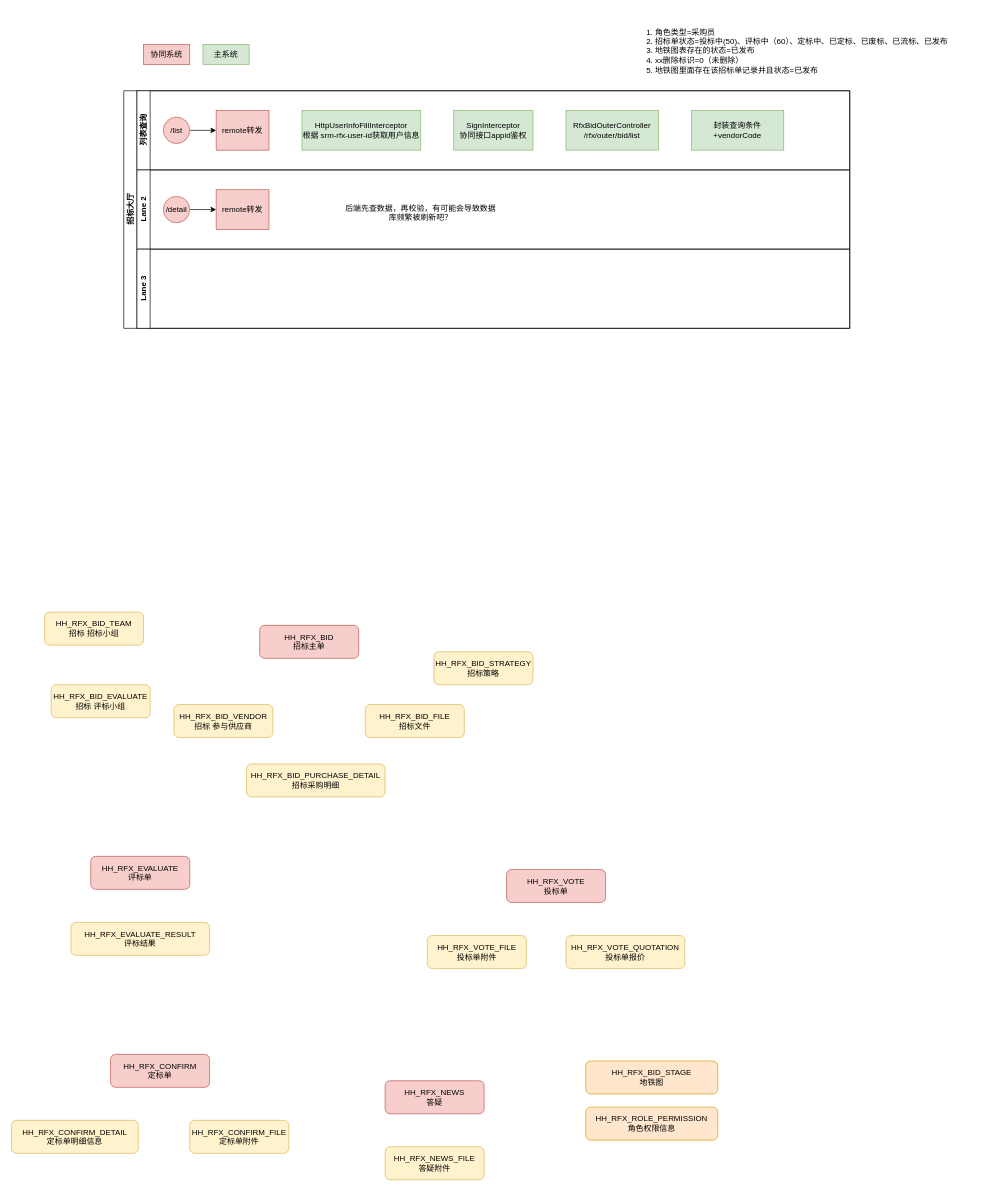
Before: 招投标-协同梳理.drawio in S0Louis/drowio, a draw.io diagram. Source tidied: cells renumbered, new cells numbered last; positions are measured from the earlier drawing's top-left corner, leaving out a move shared by most shapes. Both pictures are drawn from the tidied source at 66%, with x=0, y=0 at pixel (11, 11).
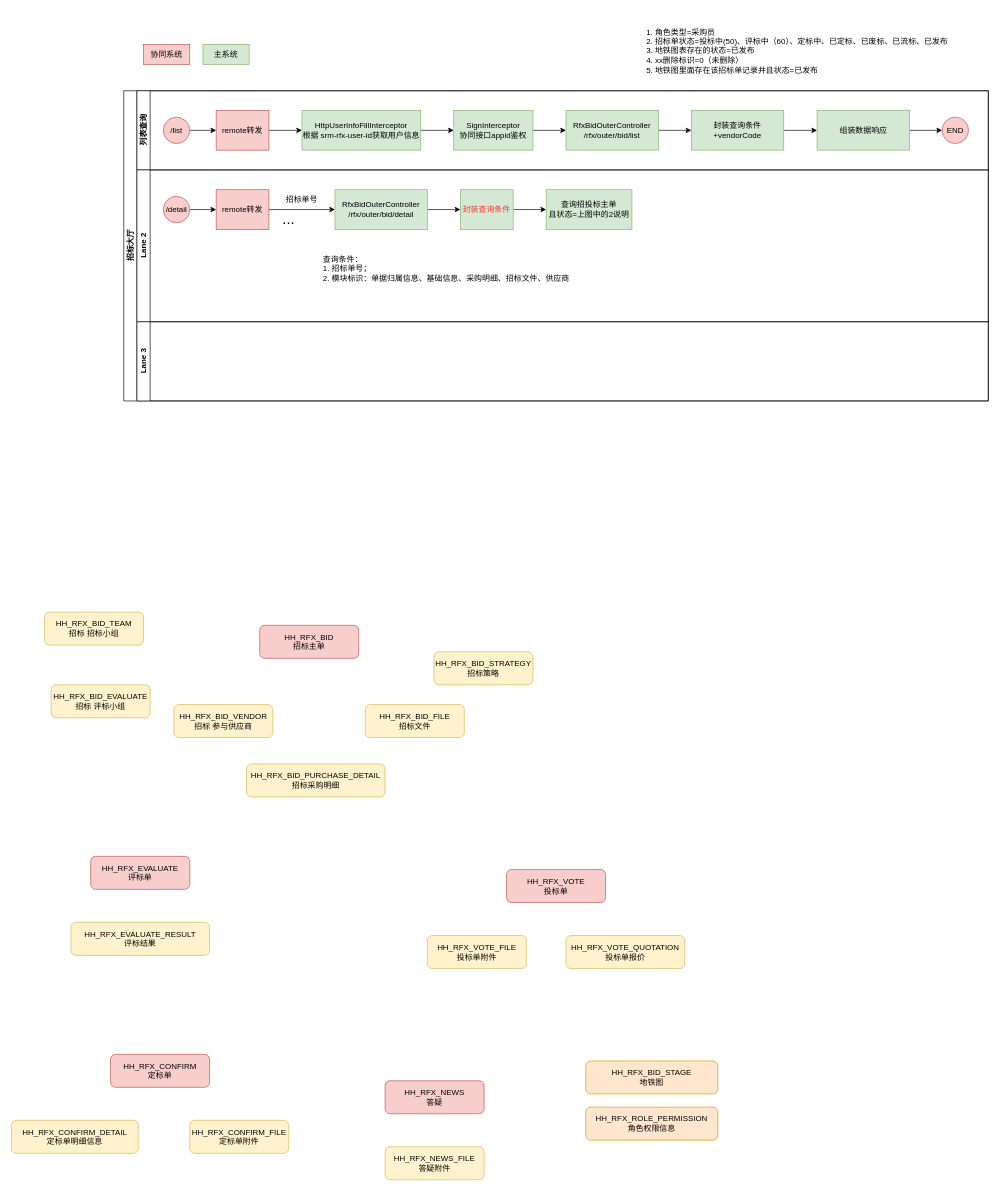
Above is the later version.

Commit message (it also covers changes not shown here):
更新招投标-协同梳理.drawio

Unchanged cells that the change refers to:
```xml
<mxCell id="6" value="remote转发" style="rounded=0;whiteSpace=wrap;html=1;fontFamily=Helvetica;fontSize=12;align=center;fillColor=#f8cecc;strokeColor=#b85450;" parent="3" vertex="1">
  <mxGeometry x="120" y="30" width="80" height="60" as="geometry" />
</mxCell>
<mxCell id="7" value="SignInterceptor&lt;div&gt;协同接口appid鉴权&lt;/div&gt;" style="rounded=0;html=1;fontFamily=Helvetica;fontSize=12;align=center;fillColor=#d5e8d4;strokeColor=#82b366;whiteSpace=wrap;" parent="3" vertex="1">
  <mxGeometry x="480" y="30" width="120" height="60" as="geometry" />
</mxCell>
<mxCell id="8" value="HttpUserInfoFillInterceptor&lt;br&gt;根据 srm-rfx-user-id获取用户信息" style="rounded=0;html=1;fontFamily=Helvetica;fontSize=12;align=center;fillColor=#d5e8d4;strokeColor=#82b366;whiteSpace=wrap;" parent="3" vertex="1">
  <mxGeometry x="250" y="30" width="180" height="60" as="geometry" />
</mxCell>
<mxCell id="9" value="&lt;div&gt;RfxBidOuterController&lt;br&gt;&lt;/div&gt;/rfx/outer&lt;span style=&quot;background-color: initial;&quot;&gt;/bid/list&lt;/span&gt;" style="rounded=0;html=1;fontFamily=Helvetica;fontSize=12;align=center;fillColor=#d5e8d4;strokeColor=#82b366;whiteSpace=wrap;" parent="3" vertex="1">
  <mxGeometry x="650" y="30" width="140" height="60" as="geometry" />
</mxCell>
<mxCell id="10" value="封装查询条件+vendorCode" style="rounded=0;html=1;fontFamily=Helvetica;fontSize=12;align=center;fillColor=#d5e8d4;strokeColor=#82b366;whiteSpace=wrap;" parent="3" vertex="1">
  <mxGeometry x="840" y="30" width="140" height="60" as="geometry" />
</mxCell>
<mxCell id="14" value="remote转发" style="rounded=0;whiteSpace=wrap;html=1;fontFamily=Helvetica;fontSize=12;align=center;fillColor=#f8cecc;strokeColor=#b85450;" parent="11" vertex="1">
  <mxGeometry x="120" y="30" width="80" height="60" as="geometry" />
</mxCell>
```

Change to the diagram source:
```diff
@@
     <mxCell id="2" value="招标大厅" style="swimlane;html=1;horizontal=0;startSize=20;" parent="1" vertex="1">
-      <mxGeometry x="170" y="120" width="1100" height="360" as="geometry" />
+      <mxGeometry x="170" y="120" width="1310" height="470" as="geometry" />
     </mxCell>
     <mxCell id="3" value="列表查询" style="swimlane;html=1;startSize=20;horizontal=0;align=center;" parent="2" vertex="1">
-      <mxGeometry x="20" width="1080" height="120" as="geometry" />
+      <mxGeometry x="20" width="1290" height="120" as="geometry" />
     </mxCell>
@@
+    <mxCell id="39" style="edgeStyle=orthogonalEdgeStyle;rounded=0;jettySize=auto;html=1;" parent="3" edge="1" source="6" target="8">
+      <mxGeometry relative="1" as="geometry" />
+    </mxCell>
@@
+    <mxCell id="40" style="edgeStyle=orthogonalEdgeStyle;rounded=0;jettySize=auto;html=1;" parent="3" edge="1" source="7" target="9">
+      <mxGeometry relative="1" as="geometry" />
+    </mxCell>
@@
+    <mxCell id="41" style="edgeStyle=orthogonalEdgeStyle;rounded=0;jettySize=auto;html=1;" parent="3" edge="1" source="8" target="7">
+      <mxGeometry relative="1" as="geometry" />
+    </mxCell>
@@
+    <mxCell id="42" style="edgeStyle=orthogonalEdgeStyle;rounded=0;jettySize=auto;html=1;" parent="3" edge="1" source="9" target="10">
+      <mxGeometry relative="1" as="geometry" />
+    </mxCell>
@@
+    <mxCell id="43" style="edgeStyle=orthogonalEdgeStyle;rounded=0;jettySize=auto;html=1;" parent="3" edge="1" source="10" target="45">
+      <mxGeometry relative="1" as="geometry" />
+    </mxCell>
@@
+    <mxCell id="44" style="edgeStyle=orthogonalEdgeStyle;rounded=0;jettySize=auto;html=1;" parent="3" edge="1" source="45" target="46">
+      <mxGeometry relative="1" as="geometry" />
+    </mxCell>
+    <mxCell id="45" value="组装数据响应" style="rounded=0;html=1;fontFamily=Helvetica;fontSize=12;align=center;fillColor=#d5e8d4;strokeColor=#82b366;whiteSpace=wrap;" parent="3" vertex="1">
+      <mxGeometry x="1030.5" y="30" width="140" height="60" as="geometry" />
+    </mxCell>
+    <mxCell id="46" value="END" style="ellipse;whiteSpace=wrap;html=1;fillColor=#f8cecc;strokeColor=#b85450;" parent="3" vertex="1">
+      <mxGeometry x="1220" y="40" width="40" height="40" as="geometry" />
+    </mxCell>
     <mxCell id="11" value="Lane 2" style="swimlane;html=1;startSize=20;horizontal=0;" parent="2" vertex="1">
-      <mxGeometry x="20" y="120" width="1080" height="120" as="geometry" />
+      <mxGeometry x="20" y="120" width="1290" height="230" as="geometry" />
     </mxCell>
@@
+    <mxCell id="47" style="edgeStyle=orthogonalEdgeStyle;rounded=0;jettySize=auto;html=1;" parent="11" edge="1" source="14" target="49">
+      <mxGeometry relative="1" as="geometry" />
+    </mxCell>
@@
-    <mxCell id="15" value="后端先查数据，再校验，有可能会导致数据库频繁被刷新吧？" style="text;html=1;align=center;verticalAlign=middle;whiteSpace=wrap;rounded=0;" parent="11" vertex="1">
-      <mxGeometry x="310" y="40" width="240" height="50" as="geometry" />
-    </mxCell>
+    <mxCell id="48" style="edgeStyle=orthogonalEdgeStyle;rounded=0;jettySize=auto;html=1;" parent="11" edge="1" source="49" target="53">
+      <mxGeometry relative="1" as="geometry" />
+    </mxCell>
+    <mxCell id="49" value="&lt;div&gt;RfxBidOuterController&lt;br&gt;&lt;/div&gt;/rfx/outer&lt;span style=&quot;background-color: initial;&quot;&gt;/bid/&lt;/span&gt;detail" style="rounded=0;html=1;fontFamily=Helvetica;fontSize=12;align=center;fillColor=#d5e8d4;strokeColor=#82b366;whiteSpace=wrap;" parent="11" vertex="1">
+      <mxGeometry x="300" y="30" width="140" height="60" as="geometry" />
+    </mxCell>
+    <mxCell id="50" value="&lt;font style=&quot;font-size: 22px;&quot;&gt;...&lt;/font&gt;" style="text;html=1;align=center;verticalAlign=middle;whiteSpace=wrap;rounded=0;" parent="11" vertex="1">
+      <mxGeometry x="200" y="60" width="60" height="30" as="geometry" />
+    </mxCell>
+    <mxCell id="51" value="招标单号" style="text;html=1;align=center;verticalAlign=middle;whiteSpace=wrap;rounded=0;" parent="11" vertex="1">
+      <mxGeometry x="220" y="30" width="60" height="30" as="geometry" />
+    </mxCell>
+    <mxCell id="52" style="edgeStyle=orthogonalEdgeStyle;rounded=0;jettySize=auto;html=1;" parent="11" edge="1" source="53" target="55">
+      <mxGeometry relative="1" as="geometry" />
+    </mxCell>
+    <mxCell id="53" value="&lt;font color=&quot;#ff3333&quot;&gt;封装查询条件&lt;/font&gt;" style="rounded=0;html=1;fontFamily=Helvetica;fontSize=12;align=center;fillColor=#d5e8d4;strokeColor=#82b366;whiteSpace=wrap;" parent="11" vertex="1">
+      <mxGeometry x="490" y="30" width="80" height="60" as="geometry" />
+    </mxCell>
+    <mxCell id="54" value="查询条件：&lt;div&gt;1. 招标单号；&lt;/div&gt;&lt;div&gt;2. 模块标识：单据归属信息、基础信息、采购明细、招标文件、供应商&lt;/div&gt;" style="text;html=1;align=left;verticalAlign=middle;whiteSpace=wrap;rounded=0;" parent="11" vertex="1">
+      <mxGeometry x="280" y="90" width="460" height="120" as="geometry" />
+    </mxCell>
+    <mxCell id="55" value="查询招投标主单&lt;br&gt;且状态=上图中的2说明" style="rounded=0;html=1;fontFamily=Helvetica;fontSize=12;align=center;fillColor=#d5e8d4;strokeColor=#82b366;whiteSpace=wrap;" parent="11" vertex="1">
+      <mxGeometry x="620" y="30" width="130" height="60" as="geometry" />
+    </mxCell>
     <mxCell id="16" value="Lane 3" style="swimlane;html=1;startSize=20;horizontal=0;" parent="2" vertex="1">
-      <mxGeometry x="20" y="240" width="1080" height="120" as="geometry" />
+      <mxGeometry x="20" y="350" width="1290" height="120" as="geometry" />
     </mxCell>
```
